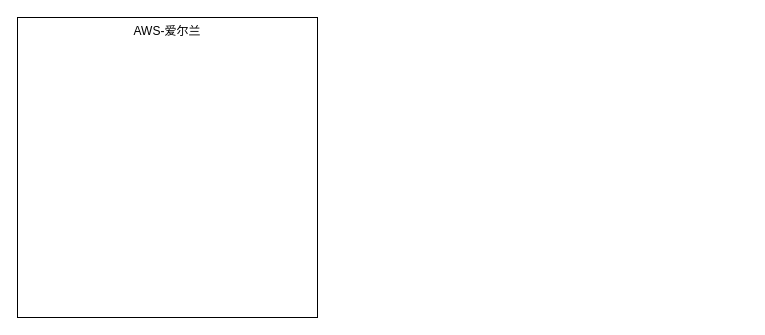
catface996/images keeps this draw.io diagram as AWS同构迁移方案.drawio. Above is the earlier version. Source tidied: cells renumbered, new cells numbered last; positions are measured from the earlier drawing's top-left corner, leaving out a move shared by most shapes. Both pictures are drawn from the tidied source at 100%, with x=0, y=0 at pixel (17, 17).
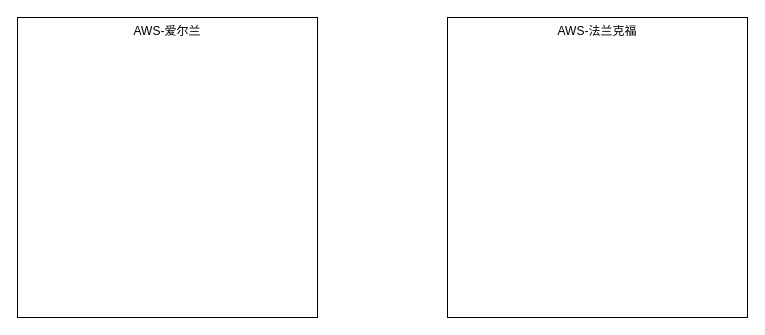
Above is the later version.

Commit message (it also covers changes not shown here):
更新AWS同构迁移方案.drawio

The edit, as a diff of the source:
```diff
@@
 <mxGraphModel>
   <root>
     <mxCell id="0" />
     <mxCell id="1" parent="0" />
     <mxCell id="2" value="AWS-爱尔兰" style="rounded=0;whiteSpace=wrap;html=1;verticalAlign=top;" parent="1" vertex="1">
       <mxGeometry width="300" height="300" as="geometry" />
     </mxCell>
+    <mxCell id="3" value="AWS-法兰克福" style="rounded=0;whiteSpace=wrap;html=1;verticalAlign=top;" parent="1" vertex="1">
+      <mxGeometry x="430" width="300" height="300" as="geometry" />
+    </mxCell>
   </root>
 </mxGraphModel>
```
